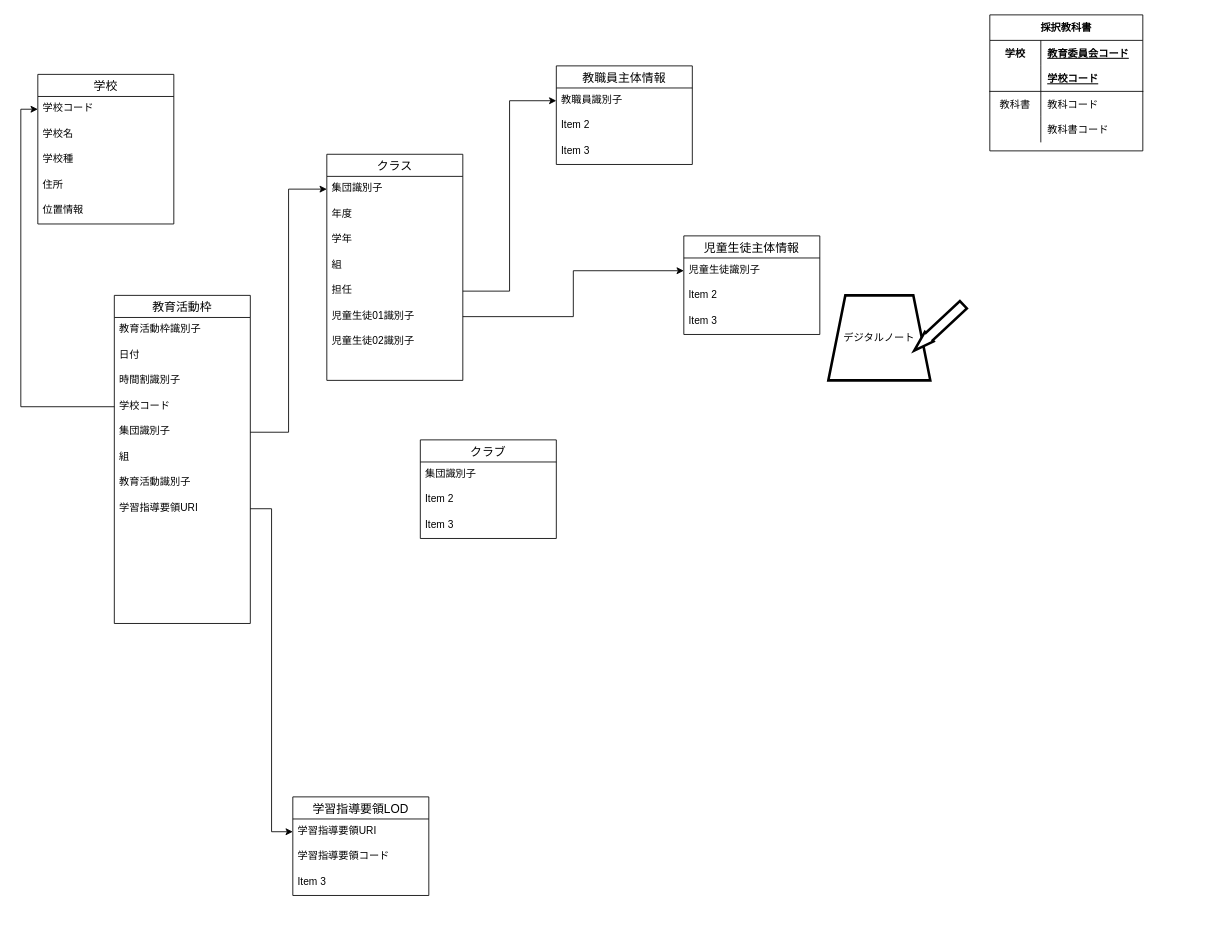
Earlier version of the draw.io diagram edu_db.drawio (con3code/educode). Source tidied: cells renumbered, new cells numbered last; positions are measured from the earlier drawing's top-left corner, leaving out a move shared by most shapes. Both pictures are drawn from the tidied source at 85%, with x=0, y=0 at pixel (37, 14).
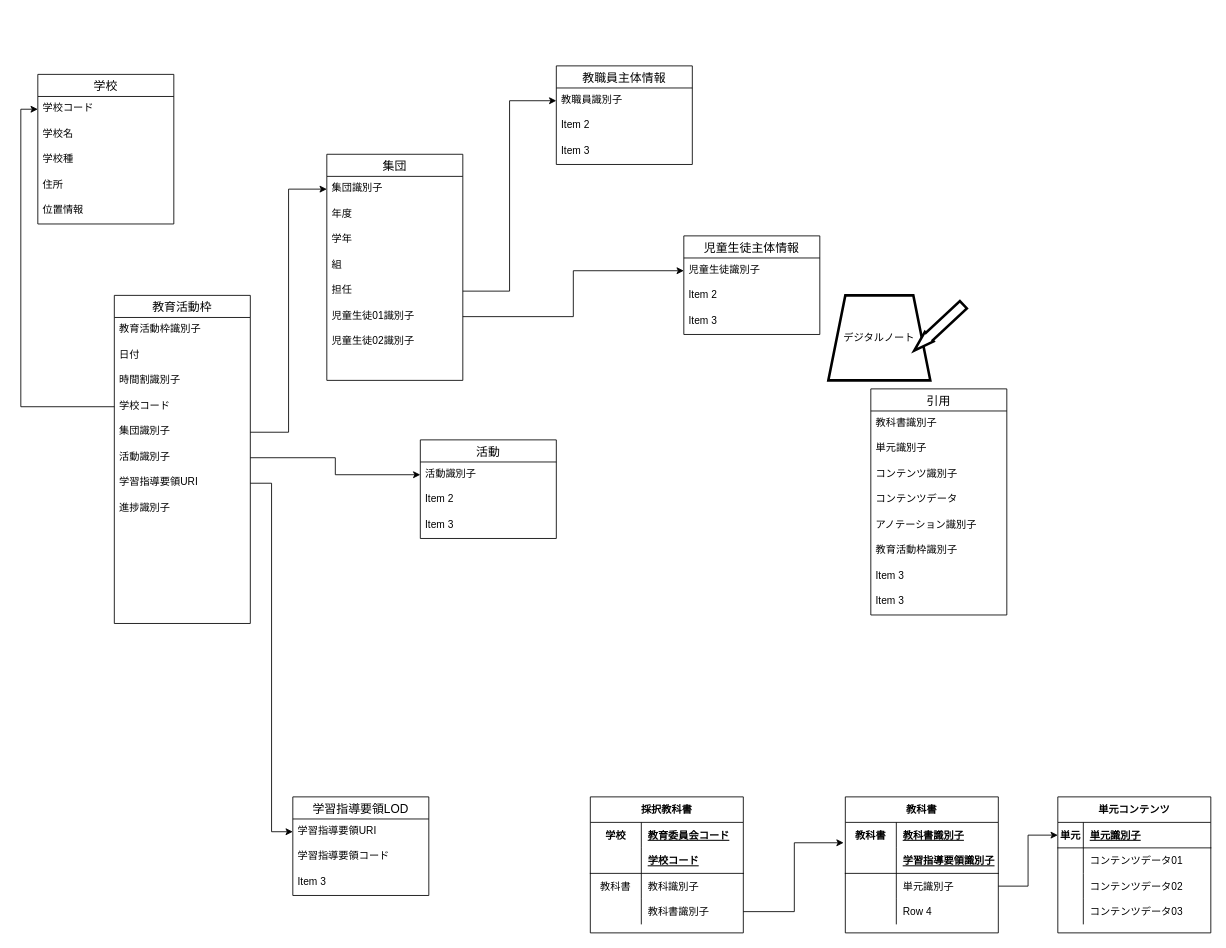
Above is the later version.

Commit message:
edu_db.drawio を更新します

The change refers to these unchanged cells:
```xml
<mxCell id="2" value="教育活動枠" style="swimlane;fontStyle=0;horizontal=1;startSize=26;align=center;fontSize=14;" parent="1" vertex="1">
  <mxGeometry x="90" y="330" width="160" height="386" as="geometry" />
</mxCell>
<mxCell id="42" style="shape=tableRow;horizontal=0;startSize=0;swimlaneHead=0;swimlaneBody=0;fillColor=none;top=0;left=0;right=0;bottom=0;" parent="35" vertex="1">
  <mxGeometry y="90" width="180" height="30" as="geometry" />
</mxCell>
<mxCell id="45" style="shape=tableRow;horizontal=0;startSize=0;swimlaneHead=0;swimlaneBody=0;fillColor=none;points=[[0,0.5],[1,0.5]];portConstraint=eastwest;top=0;left=0;right=0;bottom=0;" parent="35" vertex="1">
  <mxGeometry y="120" width="180" height="30" as="geometry" />
</mxCell>
```

What changed in the source:
```diff
@@
-    <mxCell id="8" value="組" style="text;strokeColor=none;fillColor=none;spacingLeft=4;spacingRight=4;overflow=hidden;fontSize=12;" parent="2" vertex="1">
-      <mxGeometry y="176" width="160" height="30" as="geometry" />
-    </mxCell>
-    <mxCell id="9" value="教育活動識別子" style="text;strokeColor=none;fillColor=none;spacingLeft=4;spacingRight=4;overflow=hidden;points=[[0,0.5],[1,0.5]];portConstraint=eastwest;fontSize=12;" parent="2" vertex="1">
-      <mxGeometry y="206" width="160" height="30" as="geometry" />
+    <mxCell id="9" value="活動識別子" style="text;strokeColor=none;fillColor=none;spacingLeft=4;spacingRight=4;overflow=hidden;points=[[0,0.5],[1,0.5]];portConstraint=eastwest;fontSize=12;" parent="2" vertex="1">
+      <mxGeometry y="176" width="160" height="30" as="geometry" />
     </mxCell>
     <mxCell id="10" value="学習指導要領URI" style="text;strokeColor=none;fillColor=none;spacingLeft=4;spacingRight=4;overflow=hidden;points=[[0,0.5],[1,0.5]];portConstraint=eastwest;fontSize=12;" parent="2" vertex="1">
-      <mxGeometry y="236" width="160" height="30" as="geometry" />
+      <mxGeometry y="206" width="160" height="30" as="geometry" />
     </mxCell>
+    <mxCell id="8" value="進捗識別子" style="text;strokeColor=none;fillColor=none;spacingLeft=4;spacingRight=4;overflow=hidden;fontSize=12;" parent="2" vertex="1">
+      <mxGeometry y="236" width="160" height="30" as="geometry" />
+    </mxCell>
@@
-    <mxCell id="15" value="クラス" style="swimlane;fontStyle=0;horizontal=1;startSize=26;align=center;fontSize=14;" parent="1" vertex="1">
+    <mxCell id="15" value="集団" style="swimlane;fontStyle=0;horizontal=1;startSize=26;align=center;fontSize=14;" parent="1" vertex="1">
       <mxGeometry x="340" y="164" width="160" height="266" as="geometry" />
     </mxCell>
@@
     <mxCell id="35" value="採択教科書" style="shape=table;startSize=30;childLayout=tableLayout;rowLines=0;fontStyle=1;align=center;" parent="1" vertex="1">
-      <mxGeometry x="1120" width="180" height="160" as="geometry" />
+      <mxGeometry x="650" y="920" width="180" height="160" as="geometry" />
     </mxCell>
@@
-    <mxCell id="44" value="教科コード" style="shape=partialRectangle;fillColor=none;top=0;left=0;bottom=0;right=0;align=left;spacingLeft=6;overflow=hidden;" parent="42" vertex="1">
+    <mxCell id="44" value="教科識別子" style="shape=partialRectangle;fillColor=none;top=0;left=0;bottom=0;right=0;align=left;spacingLeft=6;overflow=hidden;" parent="42" vertex="1">
       <mxGeometry x="60" width="120" height="30" as="geometry" />
     </mxCell>
@@
-    <mxCell id="47" value="教科書コード" style="shape=partialRectangle;fillColor=none;top=0;left=0;bottom=0;right=0;align=left;spacingLeft=6;overflow=hidden;" parent="45" vertex="1">
+    <mxCell id="47" value="教科書識別子" style="shape=partialRectangle;fillColor=none;top=0;left=0;bottom=0;right=0;align=left;spacingLeft=6;overflow=hidden;" parent="45" vertex="1">
       <mxGeometry x="60" width="120" height="30" as="geometry" />
     </mxCell>
@@
-    <mxCell id="62" value="クラブ" style="swimlane;fontStyle=0;horizontal=1;startSize=26;align=center;fontSize=14;strokeWidth=1;" parent="1" vertex="1">
+    <mxCell id="62" value="活動" style="swimlane;fontStyle=0;horizontal=1;startSize=26;align=center;fontSize=14;strokeWidth=1;" parent="1" vertex="1">
       <mxGeometry x="450" y="500" width="160" height="116" as="geometry" />
     </mxCell>
-    <mxCell id="63" value="集団識別子" style="text;strokeColor=none;fillColor=none;spacingLeft=4;spacingRight=4;overflow=hidden;points=[[0,0.5],[1,0.5]];portConstraint=eastwest;fontSize=12;strokeWidth=3;" parent="62" vertex="1">
+    <mxCell id="63" value="活動識別子" style="text;strokeColor=none;fillColor=none;spacingLeft=4;spacingRight=4;overflow=hidden;points=[[0,0.5],[1,0.5]];portConstraint=eastwest;fontSize=12;strokeWidth=3;" parent="62" vertex="1">
       <mxGeometry y="26" width="160" height="30" as="geometry" />
     </mxCell>
@@
+    <mxCell id="66" style="edgeStyle=orthogonalEdgeStyle;rounded=0;jettySize=auto;html=1;entryX=0;entryY=0.5;entryDx=0;entryDy=0;" parent="1" edge="1" source="9" target="63">
+      <mxGeometry relative="1" as="geometry" />
+    </mxCell>
+    <mxCell id="67" value="教科書" style="shape=table;startSize=30;childLayout=tableLayout;rowLines=0;fontStyle=1;align=center;" parent="1" vertex="1">
+      <mxGeometry x="950" y="920" width="180" height="160" as="geometry" />
+    </mxCell>
+    <mxCell id="68" style="shape=tableRow;horizontal=0;startSize=0;swimlaneHead=0;swimlaneBody=0;fillColor=none;points=[[0,0.5],[1,0.5]];portConstraint=eastwest;top=0;left=0;right=0;bottom=0;" parent="67" vertex="1">
+      <mxGeometry y="30" width="180" height="30" as="geometry" />
+    </mxCell>
+    <mxCell id="69" value="教科書" style="shape=partialRectangle;fillColor=none;top=0;left=0;bottom=0;right=0;fontStyle=1;overflow=hidden;" parent="68" vertex="1">
+      <mxGeometry width="60" height="30" as="geometry" />
+    </mxCell>
+    <mxCell id="70" value="教科書識別子" style="shape=partialRectangle;fillColor=none;top=0;left=0;bottom=0;right=0;align=left;spacingLeft=6;fontStyle=5;overflow=hidden;" parent="68" vertex="1">
+      <mxGeometry x="60" width="120" height="30" as="geometry" />
+    </mxCell>
+    <mxCell id="71" style="shape=tableRow;horizontal=0;startSize=0;swimlaneHead=0;swimlaneBody=0;fillColor=none;top=0;left=0;right=0;bottom=1;" parent="67" vertex="1">
+      <mxGeometry y="60" width="180" height="30" as="geometry" />
+    </mxCell>
+    <mxCell id="72" style="shape=partialRectangle;fillColor=none;top=0;left=0;bottom=0;right=0;fontStyle=1;overflow=hidden;" parent="71" vertex="1">
+      <mxGeometry width="60" height="30" as="geometry" />
+    </mxCell>
+    <mxCell id="73" value="学習指導要領識別子" style="shape=partialRectangle;fillColor=none;top=0;left=0;bottom=0;right=0;align=left;spacingLeft=6;fontStyle=5;overflow=hidden;" parent="71" vertex="1">
+      <mxGeometry x="60" width="120" height="30" as="geometry" />
+    </mxCell>
+    <mxCell id="74" style="shape=tableRow;horizontal=0;startSize=0;swimlaneHead=0;swimlaneBody=0;fillColor=none;points=[[0,0.5],[1,0.5]];portConstraint=eastwest;top=0;left=0;right=0;bottom=0;" parent="67" vertex="1">
+      <mxGeometry y="90" width="180" height="30" as="geometry" />
+    </mxCell>
+    <mxCell id="75" style="shape=partialRectangle;fillColor=none;top=0;left=0;bottom=0;right=0;overflow=hidden;" parent="74" vertex="1">
+      <mxGeometry width="60" height="30" as="geometry" />
+    </mxCell>
+    <mxCell id="76" value="単元識別子" style="shape=partialRectangle;fillColor=none;top=0;left=0;bottom=0;right=0;align=left;spacingLeft=6;overflow=hidden;" parent="74" vertex="1">
+      <mxGeometry x="60" width="120" height="30" as="geometry" />
+    </mxCell>
+    <mxCell id="77" style="shape=tableRow;horizontal=0;startSize=0;swimlaneHead=0;swimlaneBody=0;fillColor=none;top=0;left=0;right=0;bottom=0;" parent="67" vertex="1">
+      <mxGeometry y="120" width="180" height="30" as="geometry" />
+    </mxCell>
+    <mxCell id="78" style="shape=partialRectangle;fillColor=none;top=0;left=0;bottom=0;right=0;overflow=hidden;" parent="77" vertex="1">
+      <mxGeometry width="60" height="30" as="geometry" />
+    </mxCell>
+    <mxCell id="79" value="Row 4" style="shape=partialRectangle;fillColor=none;top=0;left=0;bottom=0;right=0;align=left;spacingLeft=6;overflow=hidden;" parent="77" vertex="1">
+      <mxGeometry x="60" width="120" height="30" as="geometry" />
+    </mxCell>
+    <mxCell id="80" value="単元コンテンツ" style="shape=table;startSize=30;childLayout=tableLayout;rowLines=0;fontStyle=1;align=center;" parent="1" vertex="1">
+      <mxGeometry x="1200" y="920" width="180" height="160" as="geometry" />
+    </mxCell>
+    <mxCell id="81" style="shape=tableRow;horizontal=0;startSize=0;swimlaneHead=0;swimlaneBody=0;fillColor=none;points=[[0,0.5],[1,0.5]];portConstraint=eastwest;top=0;left=0;right=0;bottom=1;" parent="80" vertex="1">
+      <mxGeometry y="30" width="180" height="30" as="geometry" />
+    </mxCell>
+    <mxCell id="82" value="単元" style="shape=partialRectangle;fillColor=none;top=0;left=0;bottom=0;right=0;fontStyle=1;overflow=hidden;" parent="81" vertex="1">
+      <mxGeometry width="30" height="30" as="geometry" />
+    </mxCell>
+    <mxCell id="83" value="単元識別子" style="shape=partialRectangle;fillColor=none;top=0;left=0;bottom=0;right=0;align=left;spacingLeft=6;fontStyle=5;overflow=hidden;" parent="81" vertex="1">
+      <mxGeometry x="30" width="150" height="30" as="geometry" />
+    </mxCell>
+    <mxCell id="84" style="shape=tableRow;horizontal=0;startSize=0;swimlaneHead=0;swimlaneBody=0;fillColor=none;top=0;left=0;right=0;bottom=0;" parent="80" vertex="1">
+      <mxGeometry y="60" width="180" height="30" as="geometry" />
+    </mxCell>
+    <mxCell id="85" style="shape=partialRectangle;fillColor=none;top=0;left=0;bottom=0;right=0;overflow=hidden;" parent="84" vertex="1">
+      <mxGeometry width="30" height="30" as="geometry" />
+    </mxCell>
+    <mxCell id="86" value="コンテンツデータ01" style="shape=partialRectangle;fillColor=none;top=0;left=0;bottom=0;right=0;align=left;spacingLeft=6;overflow=hidden;" parent="84" vertex="1">
+      <mxGeometry x="30" width="150" height="30" as="geometry" />
+    </mxCell>
+    <mxCell id="87" style="shape=tableRow;horizontal=0;startSize=0;swimlaneHead=0;swimlaneBody=0;fillColor=none;top=0;left=0;right=0;bottom=0;" parent="80" vertex="1">
+      <mxGeometry y="90" width="180" height="30" as="geometry" />
+    </mxCell>
+    <mxCell id="88" style="shape=partialRectangle;fillColor=none;top=0;left=0;bottom=0;right=0;overflow=hidden;" parent="87" vertex="1">
+      <mxGeometry width="30" height="30" as="geometry" />
+    </mxCell>
+    <mxCell id="89" value="コンテンツデータ02" style="shape=partialRectangle;fillColor=none;top=0;left=0;bottom=0;right=0;align=left;spacingLeft=6;overflow=hidden;" parent="87" vertex="1">
+      <mxGeometry x="30" width="150" height="30" as="geometry" />
+    </mxCell>
+    <mxCell id="90" style="shape=tableRow;horizontal=0;startSize=0;swimlaneHead=0;swimlaneBody=0;fillColor=none;top=0;left=0;right=0;bottom=0;" parent="80" vertex="1">
+      <mxGeometry y="120" width="180" height="30" as="geometry" />
+    </mxCell>
+    <mxCell id="91" style="shape=partialRectangle;fillColor=none;top=0;left=0;bottom=0;right=0;overflow=hidden;" parent="90" vertex="1">
+      <mxGeometry width="30" height="30" as="geometry" />
+    </mxCell>
+    <mxCell id="92" value="コンテンツデータ03" style="shape=partialRectangle;fillColor=none;top=0;left=0;bottom=0;right=0;align=left;spacingLeft=6;overflow=hidden;" parent="90" vertex="1">
+      <mxGeometry x="30" width="150" height="30" as="geometry" />
+    </mxCell>
+    <mxCell id="93" style="edgeStyle=orthogonalEdgeStyle;rounded=0;jettySize=auto;html=1;entryX=-0.011;entryY=0.8;entryDx=0;entryDy=0;entryPerimeter=0;" parent="1" edge="1" source="45" target="68">
+      <mxGeometry relative="1" as="geometry" />
+    </mxCell>
+    <mxCell id="94" style="edgeStyle=orthogonalEdgeStyle;rounded=0;jettySize=auto;html=1;" parent="1" edge="1" source="74" target="81">
+      <mxGeometry relative="1" as="geometry" />
+    </mxCell>
+    <mxCell id="95" value="引用" style="swimlane;fontStyle=0;horizontal=1;startSize=26;align=center;fontSize=14;" parent="1" vertex="1">
+      <mxGeometry x="980" y="440" width="160" height="266" as="geometry" />
+    </mxCell>
+    <mxCell id="96" value="教科書識別子" style="text;strokeColor=none;fillColor=none;spacingLeft=4;spacingRight=4;overflow=hidden;fontSize=12;" parent="95" vertex="1">
+      <mxGeometry y="26" width="160" height="30" as="geometry" />
+    </mxCell>
+    <mxCell id="97" value="単元識別子" style="text;strokeColor=none;fillColor=none;spacingLeft=4;spacingRight=4;overflow=hidden;fontSize=12;" parent="95" vertex="1">
+      <mxGeometry y="56" width="160" height="30" as="geometry" />
+    </mxCell>
+    <mxCell id="98" value="コンテンツ識別子" style="text;strokeColor=none;fillColor=none;spacingLeft=4;spacingRight=4;overflow=hidden;fontSize=12;" parent="95" vertex="1">
+      <mxGeometry y="86" width="160" height="30" as="geometry" />
+    </mxCell>
+    <mxCell id="99" value="コンテンツデータ" style="text;strokeColor=none;fillColor=none;spacingLeft=4;spacingRight=4;overflow=hidden;fontSize=12;" parent="95" vertex="1">
+      <mxGeometry y="116" width="160" height="30" as="geometry" />
+    </mxCell>
+    <mxCell id="100" value="アノテーション識別子" style="text;strokeColor=none;fillColor=none;spacingLeft=4;spacingRight=4;overflow=hidden;fontSize=12;" parent="95" vertex="1">
+      <mxGeometry y="146" width="160" height="30" as="geometry" />
+    </mxCell>
+    <mxCell id="101" value="教育活動枠識別子" style="text;strokeColor=none;fillColor=none;spacingLeft=4;spacingRight=4;overflow=hidden;fontSize=12;" parent="95" vertex="1">
+      <mxGeometry y="176" width="160" height="30" as="geometry" />
+    </mxCell>
+    <mxCell id="102" value="Item 3" style="text;strokeColor=none;fillColor=none;spacingLeft=4;spacingRight=4;overflow=hidden;fontSize=12;" parent="95" vertex="1">
+      <mxGeometry y="206" width="160" height="30" as="geometry" />
+    </mxCell>
+    <mxCell id="103" value="Item 3" style="text;strokeColor=none;fillColor=none;spacingLeft=4;spacingRight=4;overflow=hidden;fontSize=12;" parent="95" vertex="1">
+      <mxGeometry y="236" width="160" height="30" as="geometry" />
+    </mxCell>
```
